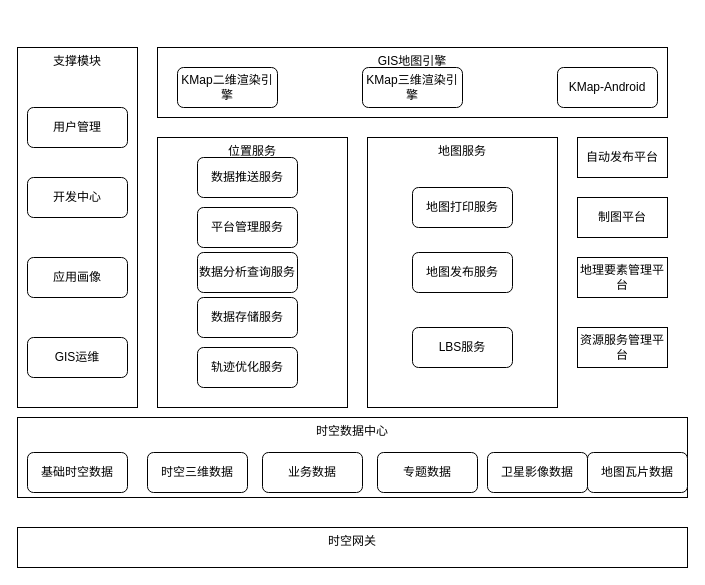
The draw.io diagram page "文旅整体设计图" (11 of 11) of Untitled Diagram.drawio in blueshu/DygraphSupport, before the edit. Source tidied: cells renumbered, new cells numbered last; positions are measured from the earlier drawing's top-left corner, leaving out a move shared by most shapes. Both pictures are drawn from the tidied source at 100%, with x=0, y=0 at pixel (17, 47).
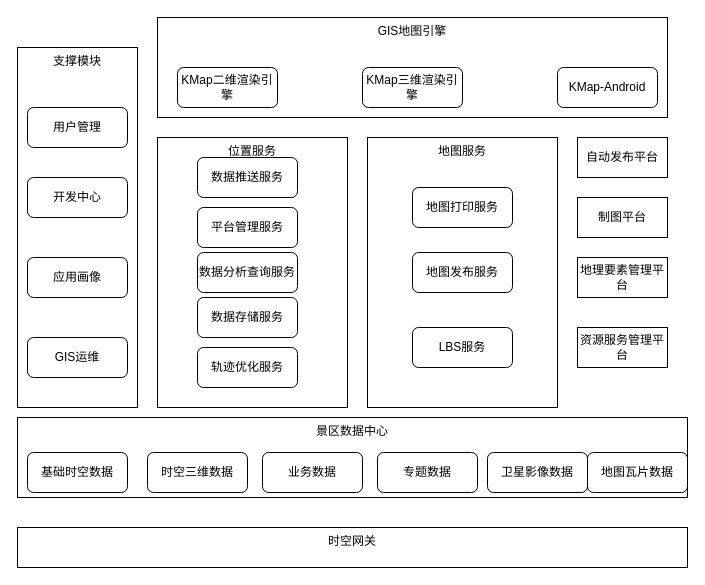
The same page after the edit.

Change to the diagram source:
```diff
@@
     <mxCell id="7" value="GIS地图引擎" style="rounded=0;whiteSpace=wrap;html=1;verticalAlign=top;" parent="1" vertex="1">
-      <mxGeometry x="140" width="510" height="70" as="geometry" />
+      <mxGeometry x="140" y="-30" width="510" height="100" as="geometry" />
     </mxCell>
@@
-    <mxCell id="13" value="时空数据中心" style="rounded=0;whiteSpace=wrap;html=1;verticalAlign=top;" parent="1" vertex="1">
+    <mxCell id="13" value="景区数据中心" style="rounded=0;whiteSpace=wrap;html=1;verticalAlign=top;" parent="1" vertex="1">
       <mxGeometry y="370" width="670" height="80" as="geometry" />
     </mxCell>
```
